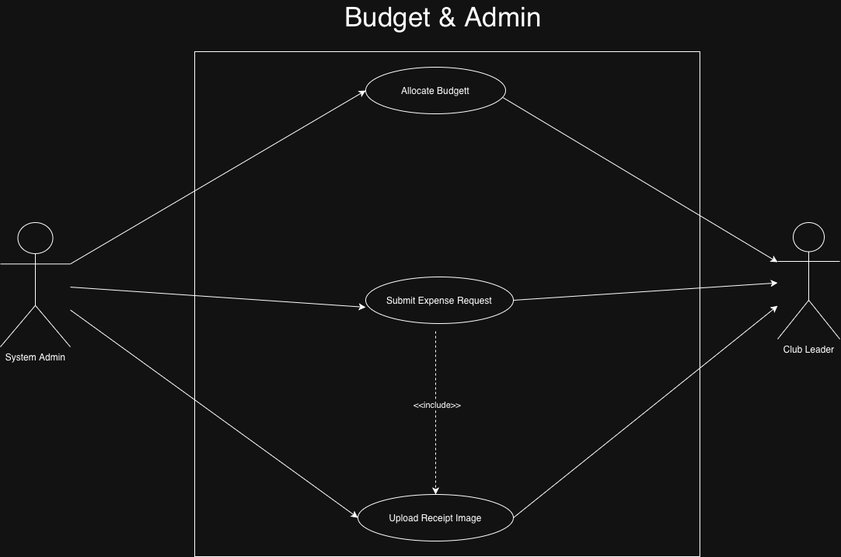
This is docs/usecase_budget.drawio.png from retaj-git/SWE-, a draw.io export, as it was before one commit. Source tidied: cells renumbered, new cells last; positions are measured from the earlier drawing's top-left corner, leaving out a move shared by most shapes. Source of this version:
```xml
<mxGraphModel>
  <root>
    <mxCell id="0" />
    <mxCell id="1" parent="0" />
    <mxCell id="2" style="whiteSpace=wrap;html=1;" parent="1" vertex="1">
      <mxGeometry x="250" y="60" width="650" height="650" as="geometry" />
    </mxCell>
    <mxCell id="3" value="&lt;div&gt;&lt;span style=&quot;text-align: start;&quot;&gt;Submit&amp;nbsp;&lt;/span&gt;&lt;span style=&quot;text-align: start;&quot;&gt;Expense&amp;nbsp;&lt;/span&gt;&lt;span style=&quot;text-align: start;&quot;&gt;Request&lt;/span&gt;&lt;br&gt;&lt;/div&gt;" style="ellipse;whiteSpace=wrap;html=1;shapeInside=1;" parent="1" vertex="1">
      <mxGeometry x="470" y="350" width="190" height="60" as="geometry" />
    </mxCell>
    <mxCell id="4" value="&lt;div&gt;&lt;span style=&quot;text-align: start;&quot;&gt;Allocate&amp;nbsp;&lt;/span&gt;&lt;span style=&quot;text-align: start;&quot;&gt;Budget&lt;/span&gt;&lt;span style=&quot;text-align: start;&quot;&gt;t&lt;/span&gt;&lt;br&gt;&lt;/div&gt;" style="ellipse;whiteSpace=wrap;html=1;shapeInside=1;" parent="1" vertex="1">
      <mxGeometry x="470" y="80" width="180" height="60" as="geometry" />
    </mxCell>
    <mxCell id="5" value="&lt;span style=&quot;text-align: start;&quot;&gt;Upload&amp;nbsp;&lt;/span&gt;&lt;span style=&quot;text-align: start;&quot;&gt;Receipt&amp;nbsp;&lt;/span&gt;&lt;span style=&quot;text-align: start;&quot;&gt;Image&lt;/span&gt;&lt;br&gt;&lt;div&gt;&lt;br&gt;&lt;/div&gt;" style="ellipse;whiteSpace=wrap;html=1;shapeInside=1;" parent="1" vertex="1">
      <mxGeometry x="460" y="630" width="200" height="60" as="geometry" />
    </mxCell>
    <mxCell id="6" value="System Admin" style="shape=umlActor;verticalLabelPosition=bottom;verticalAlign=top;html=1;outlineConnect=0;labelPerimeter=1;" parent="1" vertex="1">
      <mxGeometry y="280" width="90" height="160" as="geometry" />
    </mxCell>
    <mxCell id="7" style="edgeStyle=none;jettySize=auto;html=1;rounded=0;defaultLabelBackgroundColor=page;entryX=0;entryY=0.5;entryDx=0;entryDy=0;exitX=1;exitY=0.3333333333333333;exitDx=0;exitDy=0;exitPerimeter=0;" parent="1" edge="1" source="6" target="4">
      <mxGeometry relative="1" as="geometry" />
    </mxCell>
    <mxCell id="8" style="edgeStyle=none;jettySize=auto;html=1;rounded=0;defaultLabelBackgroundColor=page;entryX=0;entryY=0.65;entryDx=0;entryDy=0;entryPerimeter=0;" parent="1" edge="1" source="6" target="3">
      <mxGeometry relative="1" as="geometry" />
    </mxCell>
    <mxCell id="9" style="edgeStyle=none;jettySize=auto;html=1;rounded=0;defaultLabelBackgroundColor=page;entryX=0;entryY=0.5;entryDx=0;entryDy=0;" parent="1" edge="1" source="6" target="5">
      <mxGeometry relative="1" as="geometry" />
    </mxCell>
    <mxCell id="10" value="Club Leader" style="shape=umlActor;verticalLabelPosition=bottom;verticalAlign=top;html=1;outlineConnect=0;labelPerimeter=1;" parent="1" vertex="1">
      <mxGeometry x="1000" y="280" width="80" height="150" as="geometry" />
    </mxCell>
    <mxCell id="11" style="endArrow=classic;html=1;rounded=0;defaultLabelBackgroundColor=page;exitX=1;exitY=0.5;exitDx=0;exitDy=0;" parent="1" edge="1" source="3" target="10">
      <mxGeometry relative="1" as="geometry" />
    </mxCell>
    <mxCell id="12" style="endArrow=classic;html=1;rounded=0;defaultLabelBackgroundColor=page;exitX=0.982;exitY=0.653;exitDx=0;exitDy=0;exitPerimeter=0;" parent="1" edge="1" source="4" target="10">
      <mxGeometry relative="1" as="geometry" />
    </mxCell>
    <mxCell id="13" style="endArrow=classic;html=1;rounded=0;defaultLabelBackgroundColor=page;exitX=1;exitY=0.5;exitDx=0;exitDy=0;" parent="1" edge="1" source="5" target="10">
      <mxGeometry relative="1" as="geometry" />
    </mxCell>
    <mxCell id="14" style="endArrow=classic;html=1;rounded=0;defaultLabelBackgroundColor=page;entryX=0.5;entryY=0;entryDx=0;entryDy=0;dashed=1;" parent="1" edge="1" target="5">
      <mxGeometry relative="1" as="geometry">
        <mxPoint x="560" y="420" as="sourcePoint" />
      </mxGeometry>
    </mxCell>
    <mxCell id="15" value="&amp;lt;&amp;lt;include&amp;gt;&amp;gt;" style="edgeLabel;html=1;align=center;verticalAlign=middle;inheritText=1;defaultLabelBackgroundColor=page;" parent="14" vertex="1">
      <mxGeometry x="-0.11" y="1" relative="1" as="geometry" />
    </mxCell>
    <mxCell id="16" value="&lt;font style=&quot;font-size: 35px;&quot;&gt;&lt;span style=&quot;text-align: start;&quot;&gt;Budget&amp;nbsp;&lt;/span&gt;&lt;span style=&quot;text-align: start;&quot;&gt;&amp;amp;&amp;nbsp;&lt;/span&gt;&lt;span style=&quot;text-align: start;&quot;&gt;Admin&lt;/span&gt;&lt;/font&gt;" style="text;html=1;whiteSpace=wrap;strokeColor=none;fillColor=none;align=center;verticalAlign=middle;rounded=0;" parent="1" vertex="1">
      <mxGeometry x="360" width="420" height="30" as="geometry" />
    </mxCell>
  </root>
</mxGraphModel>
```
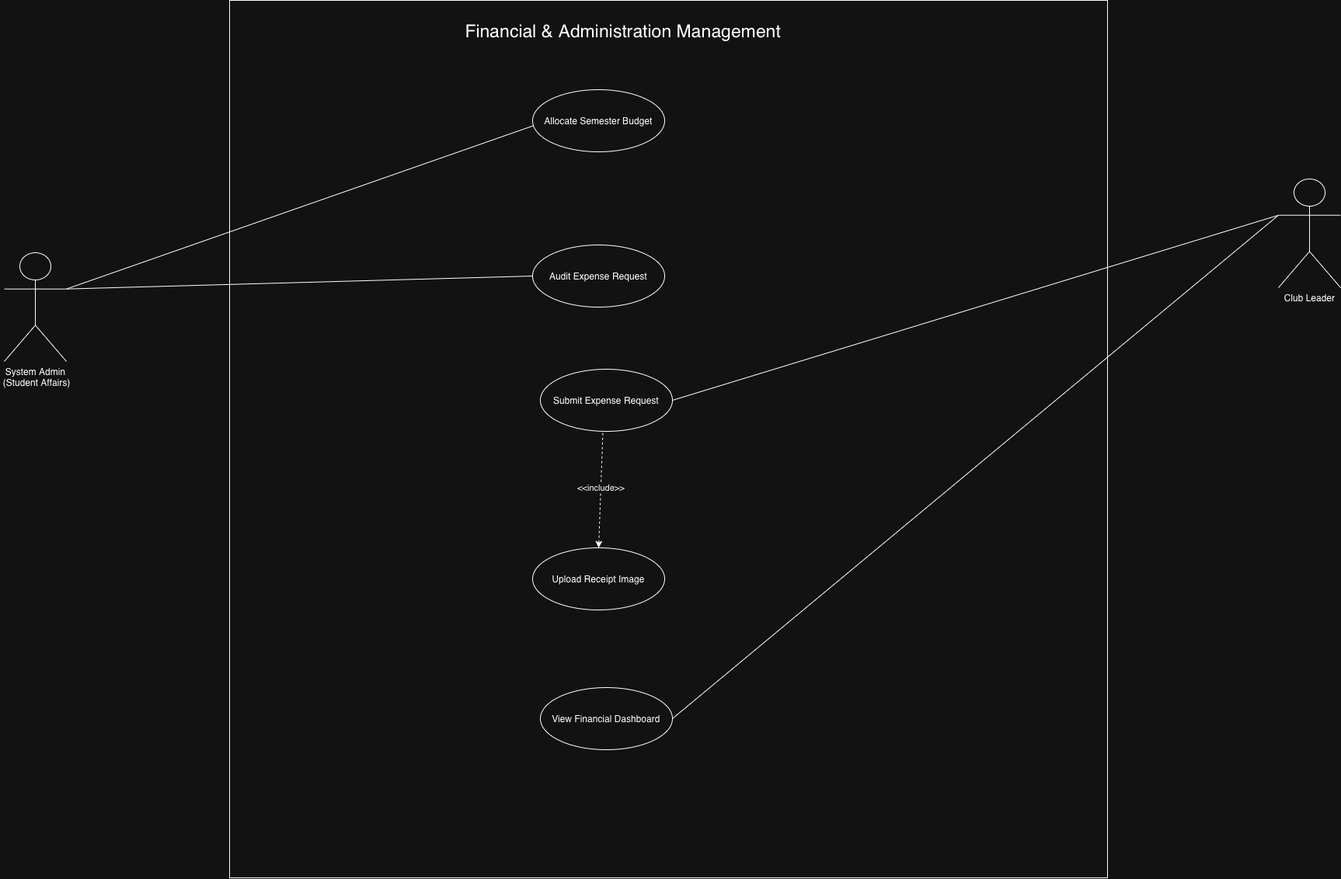
Above is the later version.

What changed in the source:
```diff
@@ -2,52 +2,50 @@
   <root>
     <mxCell id="0" />
     <mxCell id="1" parent="0" />
-    <mxCell id="2" style="whiteSpace=wrap;html=1;" parent="1" vertex="1">
-      <mxGeometry x="250" y="60" width="650" height="650" as="geometry" />
-    </mxCell>
+    <mxCell id="17" style="whiteSpace=wrap;html=1;" parent="1" vertex="1">
+      <mxGeometry x="480" y="315" width="1130" height="1130" as="geometry" />
+    </mxCell>
+    <mxCell id="18" value="System Admin&lt;div&gt;&amp;nbsp;(Student Affairs)&lt;/div&gt;" style="shape=umlActor;verticalLabelPosition=bottom;verticalAlign=top;html=1;outlineConnect=0;labelPerimeter=1;" parent="1" vertex="1">
+      <mxGeometry x="190" y="640" width="80" height="140" as="geometry" />
+    </mxCell>
+    <mxCell id="10" value="Club Leader" style="shape=umlActor;verticalLabelPosition=bottom;verticalAlign=top;html=1;outlineConnect=0;labelPerimeter=1;" parent="1" vertex="1">
+      <mxGeometry x="1830" y="545" width="80" height="140" as="geometry" />
+    </mxCell>
+    <mxCell id="19" value="Allocate Semester Budget" style="ellipse;whiteSpace=wrap;html=1;shapeInside=1;" parent="1" vertex="1">
+      <mxGeometry x="870" y="430" width="170" height="80" as="geometry" />
+    </mxCell>
+    <mxCell id="20" value="Audit Expense Request" style="ellipse;whiteSpace=wrap;html=1;shapeInside=1;" parent="1" vertex="1">
+      <mxGeometry x="870" y="630" width="170" height="80" as="geometry" />
+    </mxCell>
-    <mxCell id="3" value="&lt;div&gt;&lt;span style=&quot;text-align: start;&quot;&gt;Submit&amp;nbsp;&lt;/span&gt;&lt;span style=&quot;text-align: start;&quot;&gt;Expense&amp;nbsp;&lt;/span&gt;&lt;span style=&quot;text-align: start;&quot;&gt;Request&lt;/span&gt;&lt;br&gt;&lt;/div&gt;" style="ellipse;whiteSpace=wrap;html=1;shapeInside=1;" parent="1" vertex="1">
-      <mxGeometry x="470" y="350" width="190" height="60" as="geometry" />
+    <mxCell id="3" value="Submit Expense Request" style="ellipse;whiteSpace=wrap;html=1;shapeInside=1;" parent="1" vertex="1">
+      <mxGeometry x="880" y="790" width="170" height="80" as="geometry" />
     </mxCell>
-    <mxCell id="4" value="&lt;div&gt;&lt;span style=&quot;text-align: start;&quot;&gt;Allocate&amp;nbsp;&lt;/span&gt;&lt;span style=&quot;text-align: start;&quot;&gt;Budget&lt;/span&gt;&lt;span style=&quot;text-align: start;&quot;&gt;t&lt;/span&gt;&lt;br&gt;&lt;/div&gt;" style="ellipse;whiteSpace=wrap;html=1;shapeInside=1;" parent="1" vertex="1">
-      <mxGeometry x="470" y="80" width="180" height="60" as="geometry" />
-    </mxCell>
-    <mxCell id="5" value="&lt;span style=&quot;text-align: start;&quot;&gt;Upload&amp;nbsp;&lt;/span&gt;&lt;span style=&quot;text-align: start;&quot;&gt;Receipt&amp;nbsp;&lt;/span&gt;&lt;span style=&quot;text-align: start;&quot;&gt;Image&lt;/span&gt;&lt;br&gt;&lt;div&gt;&lt;br&gt;&lt;/div&gt;" style="ellipse;whiteSpace=wrap;html=1;shapeInside=1;" parent="1" vertex="1">
-      <mxGeometry x="460" y="630" width="200" height="60" as="geometry" />
+    <mxCell id="5" value="Upload Receipt Image" style="ellipse;whiteSpace=wrap;html=1;shapeInside=1;" parent="1" vertex="1">
+      <mxGeometry x="870" y="1020" width="170" height="80" as="geometry" />
     </mxCell>
-    <mxCell id="6" value="System Admin" style="shape=umlActor;verticalLabelPosition=bottom;verticalAlign=top;html=1;outlineConnect=0;labelPerimeter=1;" parent="1" vertex="1">
-      <mxGeometry y="280" width="90" height="160" as="geometry" />
-    </mxCell>
-    <mxCell id="7" style="edgeStyle=none;jettySize=auto;html=1;rounded=0;defaultLabelBackgroundColor=page;entryX=0;entryY=0.5;entryDx=0;entryDy=0;exitX=1;exitY=0.3333333333333333;exitDx=0;exitDy=0;exitPerimeter=0;" parent="1" edge="1" source="6" target="4">
-      <mxGeometry relative="1" as="geometry" />
-    </mxCell>
-    <mxCell id="8" style="edgeStyle=none;jettySize=auto;html=1;rounded=0;defaultLabelBackgroundColor=page;entryX=0;entryY=0.65;entryDx=0;entryDy=0;entryPerimeter=0;" parent="1" edge="1" source="6" target="3">
-      <mxGeometry relative="1" as="geometry" />
-    </mxCell>
-    <mxCell id="9" style="edgeStyle=none;jettySize=auto;html=1;rounded=0;defaultLabelBackgroundColor=page;entryX=0;entryY=0.5;entryDx=0;entryDy=0;" parent="1" edge="1" source="6" target="5">
-      <mxGeometry relative="1" as="geometry" />
-    </mxCell>
-    <mxCell id="10" value="Club Leader" style="shape=umlActor;verticalLabelPosition=bottom;verticalAlign=top;html=1;outlineConnect=0;labelPerimeter=1;" parent="1" vertex="1">
-      <mxGeometry x="1000" y="280" width="80" height="150" as="geometry" />
-    </mxCell>
-    <mxCell id="11" style="endArrow=classic;html=1;rounded=0;defaultLabelBackgroundColor=page;exitX=1;exitY=0.5;exitDx=0;exitDy=0;" parent="1" edge="1" source="3" target="10">
-      <mxGeometry relative="1" as="geometry" />
-    </mxCell>
-    <mxCell id="12" style="endArrow=classic;html=1;rounded=0;defaultLabelBackgroundColor=page;exitX=0.982;exitY=0.653;exitDx=0;exitDy=0;exitPerimeter=0;" parent="1" edge="1" source="4" target="10">
-      <mxGeometry relative="1" as="geometry" />
-    </mxCell>
-    <mxCell id="13" style="endArrow=classic;html=1;rounded=0;defaultLabelBackgroundColor=page;exitX=1;exitY=0.5;exitDx=0;exitDy=0;" parent="1" edge="1" source="5" target="10">
-      <mxGeometry relative="1" as="geometry" />
-    </mxCell>
-    <mxCell id="14" style="endArrow=classic;html=1;rounded=0;defaultLabelBackgroundColor=page;entryX=0.5;entryY=0;entryDx=0;entryDy=0;dashed=1;" parent="1" edge="1" target="5">
-      <mxGeometry relative="1" as="geometry">
-        <mxPoint x="560" y="420" as="sourcePoint" />
-      </mxGeometry>
-    </mxCell>
+    <mxCell id="21" value="View Financial Dashboard" style="ellipse;whiteSpace=wrap;html=1;shapeInside=1;" parent="1" vertex="1">
+      <mxGeometry x="880" y="1200" width="170" height="80" as="geometry" />
+    </mxCell>
+    <mxCell id="22" style="edgeStyle=none;jettySize=auto;html=1;rounded=0;defaultLabelBackgroundColor=page;exitX=1;exitY=0.3333333333333333;exitDx=0;exitDy=0;exitPerimeter=0;entryX=0.007;entryY=0.579;entryDx=0;entryDy=0;entryPerimeter=0;endArrow=none;endFill=0;" parent="1" edge="1" source="18" target="19">
+      <mxGeometry relative="1" as="geometry" />
+    </mxCell>
+    <mxCell id="23" style="edgeStyle=none;jettySize=auto;html=1;rounded=0;defaultLabelBackgroundColor=page;exitX=1;exitY=0.3333333333333333;exitDx=0;exitDy=0;exitPerimeter=0;entryX=0;entryY=0.5;entryDx=0;entryDy=0;endArrow=none;endFill=0;" parent="1" edge="1" source="18" target="20">
+      <mxGeometry relative="1" as="geometry" />
+    </mxCell>
+    <mxCell id="24" style="edgeStyle=none;jettySize=auto;html=1;rounded=0;defaultLabelBackgroundColor=page;entryX=1;entryY=0.5;entryDx=0;entryDy=0;exitX=0;exitY=0.3333333333333333;exitDx=0;exitDy=0;exitPerimeter=0;endArrow=none;endFill=0;" parent="1" edge="1" source="10" target="3">
+      <mxGeometry relative="1" as="geometry" />
+    </mxCell>
+    <mxCell id="25" style="edgeStyle=none;jettySize=auto;html=1;rounded=0;defaultLabelBackgroundColor=page;entryX=0.5;entryY=0;entryDx=0;entryDy=0;exitX=0.473;exitY=1.027;exitDx=0;exitDy=0;exitPerimeter=0;dashed=1;" parent="1" edge="1" source="3" target="5">
+      <mxGeometry relative="1" as="geometry" />
+    </mxCell>
-    <mxCell id="15" value="&amp;lt;&amp;lt;include&amp;gt;&amp;gt;" style="edgeLabel;html=1;align=center;verticalAlign=middle;inheritText=1;defaultLabelBackgroundColor=page;" parent="14" vertex="1">
-      <mxGeometry x="-0.11" y="1" relative="1" as="geometry" />
+    <mxCell id="15" value="&amp;lt;&amp;lt;include&amp;gt;&amp;gt;" style="edgeLabel;html=1;align=center;verticalAlign=middle;inheritText=1;defaultLabelBackgroundColor=page;" parent="25" vertex="1">
+      <mxGeometry x="-0.06" relative="1" as="geometry" />
     </mxCell>
-    <mxCell id="16" value="&lt;font style=&quot;font-size: 35px;&quot;&gt;&lt;span style=&quot;text-align: start;&quot;&gt;Budget&amp;nbsp;&lt;/span&gt;&lt;span style=&quot;text-align: start;&quot;&gt;&amp;amp;&amp;nbsp;&lt;/span&gt;&lt;span style=&quot;text-align: start;&quot;&gt;Admin&lt;/span&gt;&lt;/font&gt;" style="text;html=1;whiteSpace=wrap;strokeColor=none;fillColor=none;align=center;verticalAlign=middle;rounded=0;" parent="1" vertex="1">
-      <mxGeometry x="360" width="420" height="30" as="geometry" />
-    </mxCell>
+    <mxCell id="26" style="edgeStyle=none;jettySize=auto;html=1;rounded=0;defaultLabelBackgroundColor=page;exitX=0;exitY=0.3333333333333333;exitDx=0;exitDy=0;exitPerimeter=0;endArrow=none;endFill=0;entryX=1;entryY=0.5;entryDx=0;entryDy=0;" parent="1" edge="1" source="10" target="21">
+      <mxGeometry relative="1" as="geometry" />
+    </mxCell>
+    <mxCell id="27" value="&lt;font style=&quot;font-size: 23px;&quot;&gt;Financial &amp;amp; Administration Management&amp;nbsp;&lt;/font&gt;" style="text;html=1;whiteSpace=wrap;strokeColor=none;fillColor=none;align=center;verticalAlign=middle;rounded=0;" parent="1" vertex="1">
+      <mxGeometry x="780" y="340" width="420" height="30" as="geometry" />
+    </mxCell>
   </root>
 </mxGraphModel>
```
